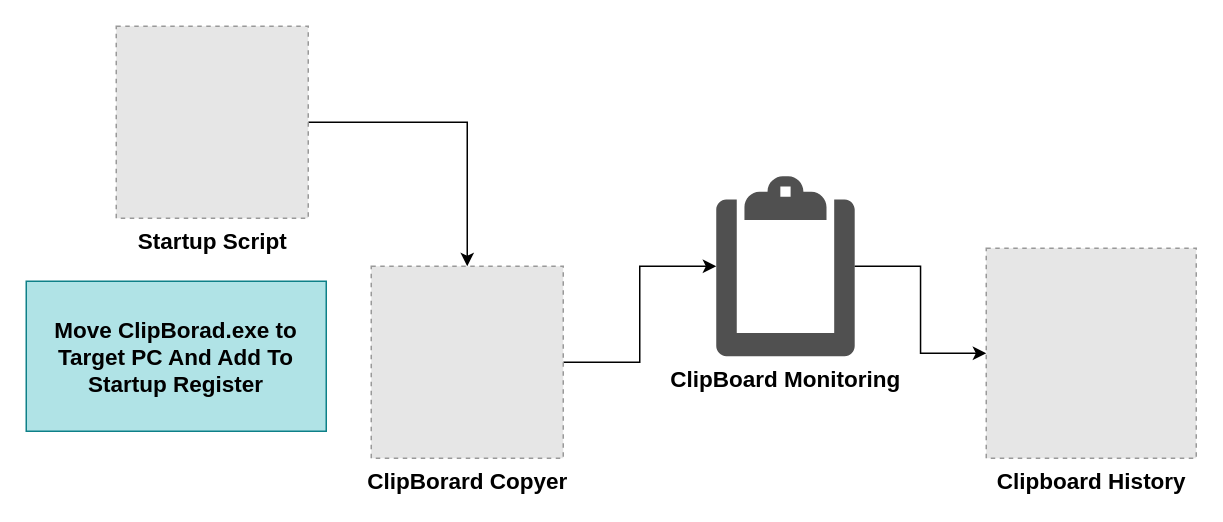
Earlier version of the draw.io diagram Python Language/Projects/Project_15_Clipboard_Copy/P15.drawio (Ahad160/Codeing). Source tidied: cells renumbered, new cells numbered last; positions are measured from the earlier drawing's top-left corner, leaving out a move shared by most shapes. Both pictures are drawn from the tidied source at 150%, with x=0, y=0 at pixel (26, 26). Pictures stored in the file or linked from it are replaced by grey dashed boxes.
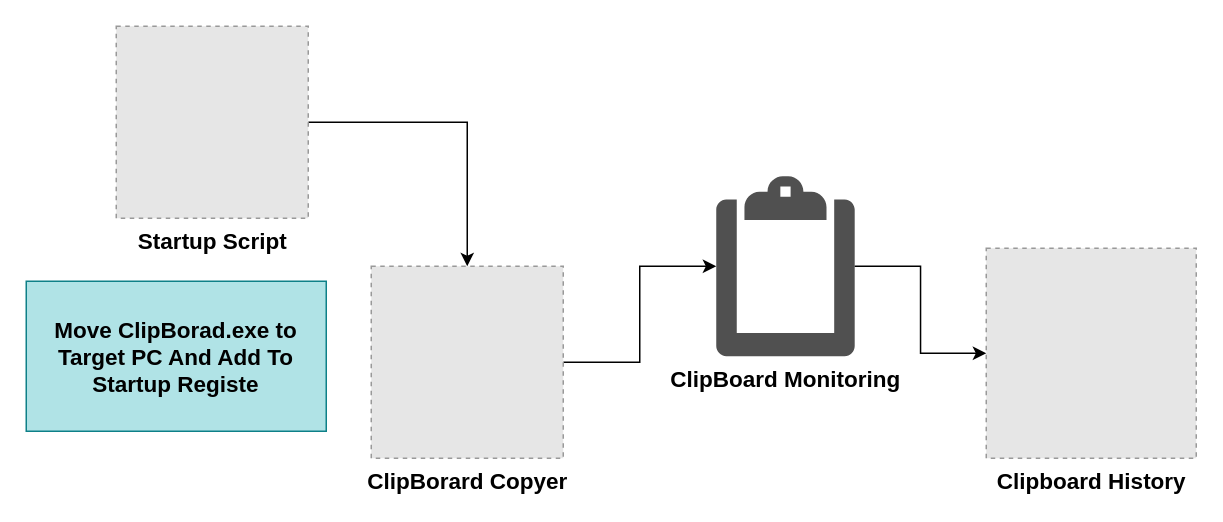
Above is the later version.

Diff of the diagram source:
```diff
@@
 <mxGraphModel>
   <root>
     <mxCell id="0" />
     <mxCell id="1" parent="0" />
     <mxCell id="2" style="edgeStyle=orthogonalEdgeStyle;rounded=0;jettySize=auto;html=1;" parent="1" edge="1" source="3" target="7">
       <mxGeometry relative="1" as="geometry" />
     </mxCell>
     <mxCell id="3" value="&lt;span style=&quot;font-size: 15px;&quot;&gt;&lt;b&gt;Startup Script&lt;br&gt;&lt;/b&gt;&lt;/span&gt;" style="fillColor=#E6E6E6;strokeColor=#999999;dashed=1;html=1;verticalAlign=top;verticalLabelPosition=bottom;labelBackgroundColor=#ffffff;" parent="1" vertex="1">
       <mxGeometry x="60" width="128" height="128" as="geometry" />
     </mxCell>
     <mxCell id="4" style="group;" parent="1" vertex="1">
       <mxGeometry x="230" y="100" width="550" height="188" as="geometry" />
     </mxCell>
     <mxCell id="5" value="&lt;b&gt;&lt;font style=&quot;font-size: 15px;&quot;&gt;ClipBoard Monitoring&lt;/font&gt;&lt;/b&gt;" style="sketch=0;shadow=0;dashed=0;html=1;strokeColor=none;fillColor=#505050;labelPosition=center;verticalLabelPosition=bottom;verticalAlign=top;outlineConnect=0;align=center;shape=mxgraph.office.concepts.clipboard;" parent="4" vertex="1">
       <mxGeometry x="230" width="92.3" height="120" as="geometry" />
     </mxCell>
     <mxCell id="6" style="edgeStyle=orthogonalEdgeStyle;rounded=0;jettySize=auto;html=1;" parent="4" edge="1" source="7" target="5">
       <mxGeometry relative="1" as="geometry" />
     </mxCell>
     <mxCell id="7" value="&lt;b&gt;&lt;font style=&quot;font-size: 15px;&quot;&gt;ClipBorard Copyer&lt;/font&gt;&lt;/b&gt;" style="fillColor=#E6E6E6;strokeColor=#999999;dashed=1;html=1;verticalAlign=top;verticalLabelPosition=bottom;labelBackgroundColor=#ffffff;" parent="4" vertex="1">
       <mxGeometry y="60" width="128" height="128" as="geometry" />
     </mxCell>
     <mxCell id="8" value="&lt;b&gt;&lt;font style=&quot;font-size: 15px;&quot;&gt;Clipboard History&lt;/font&gt;&lt;/b&gt;" style="fillColor=#E6E6E6;strokeColor=#999999;dashed=1;html=1;verticalAlign=top;verticalLabelPosition=bottom;labelBackgroundColor=#ffffff;" parent="4" vertex="1">
       <mxGeometry x="410" y="48" width="140" height="140" as="geometry" />
     </mxCell>
     <mxCell id="9" style="edgeStyle=orthogonalEdgeStyle;rounded=0;jettySize=auto;html=1;" parent="4" edge="1" source="5" target="8">
       <mxGeometry relative="1" as="geometry" />
     </mxCell>
-    <mxCell id="10" value="&lt;div style=&quot;&quot;&gt;&lt;b style=&quot;background-color: initial;&quot;&gt;&lt;font style=&quot;font-size: 15px;&quot;&gt;Move ClipBorad.exe to Target PC And Add To Startup Register&lt;/font&gt;&lt;/b&gt;&lt;/div&gt;" style="rounded=0;whiteSpace=wrap;html=1;fillColor=#b0e3e6;strokeColor=#0e8088;align=center;" parent="1" vertex="1">
+    <mxCell id="10" value="&lt;div style=&quot;&quot;&gt;&lt;b style=&quot;background-color: initial;&quot;&gt;&lt;font style=&quot;font-size: 15px;&quot;&gt;Move ClipBorad.exe to Target PC And Add To Startup Registe&lt;/font&gt;&lt;/b&gt;&lt;/div&gt;" style="rounded=0;whiteSpace=wrap;html=1;fillColor=#b0e3e6;strokeColor=#0e8088;align=center;" parent="1" vertex="1">
       <mxGeometry y="170" width="200" height="100" as="geometry" />
     </mxCell>
   </root>
 </mxGraphModel>
```
